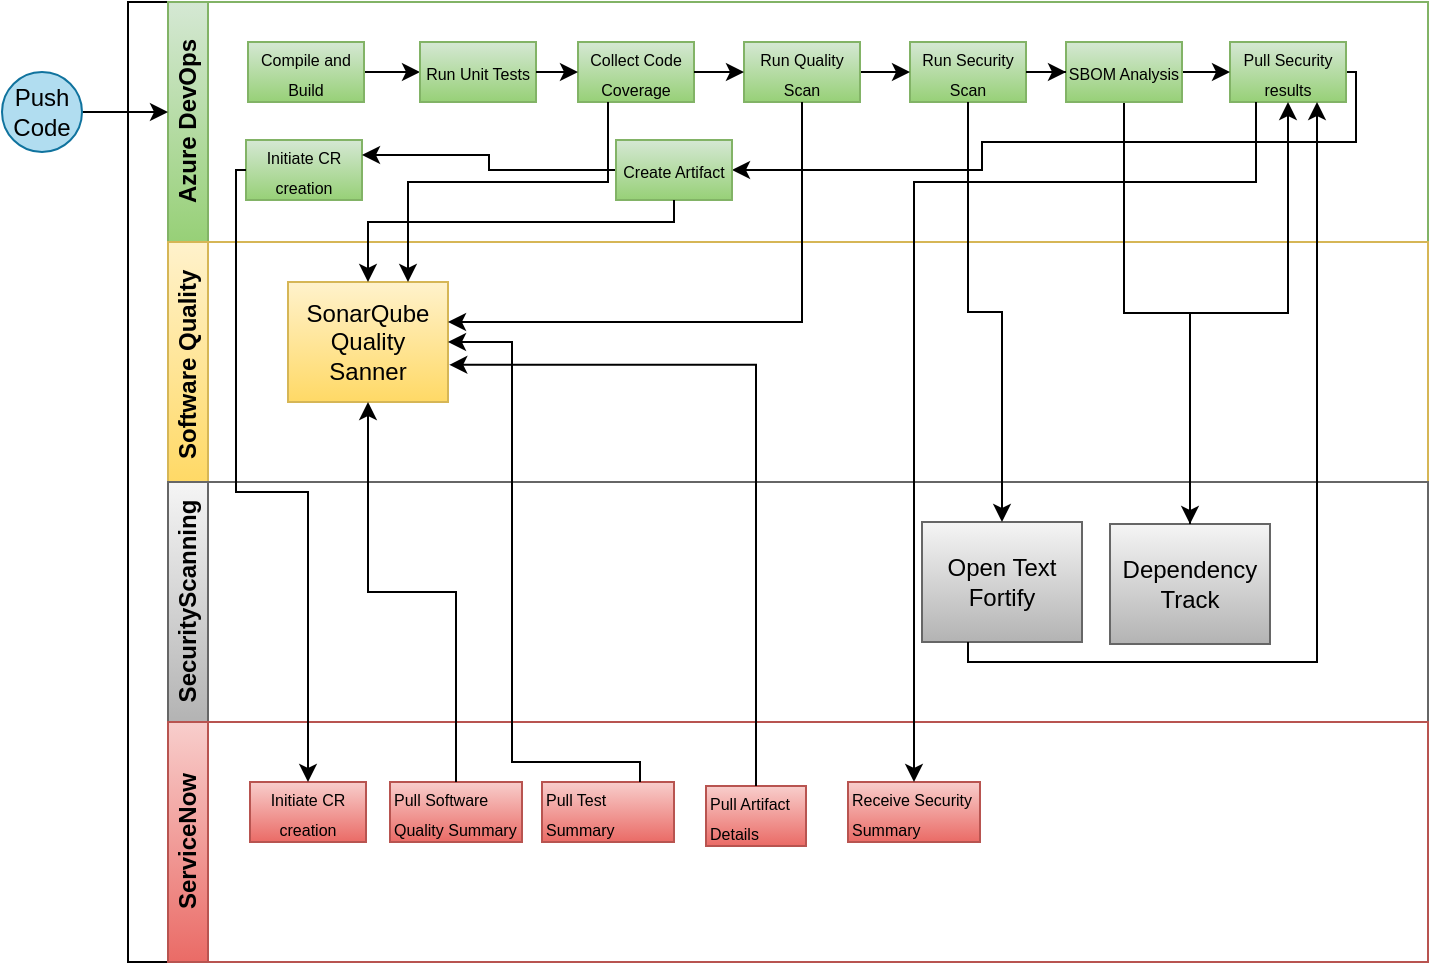
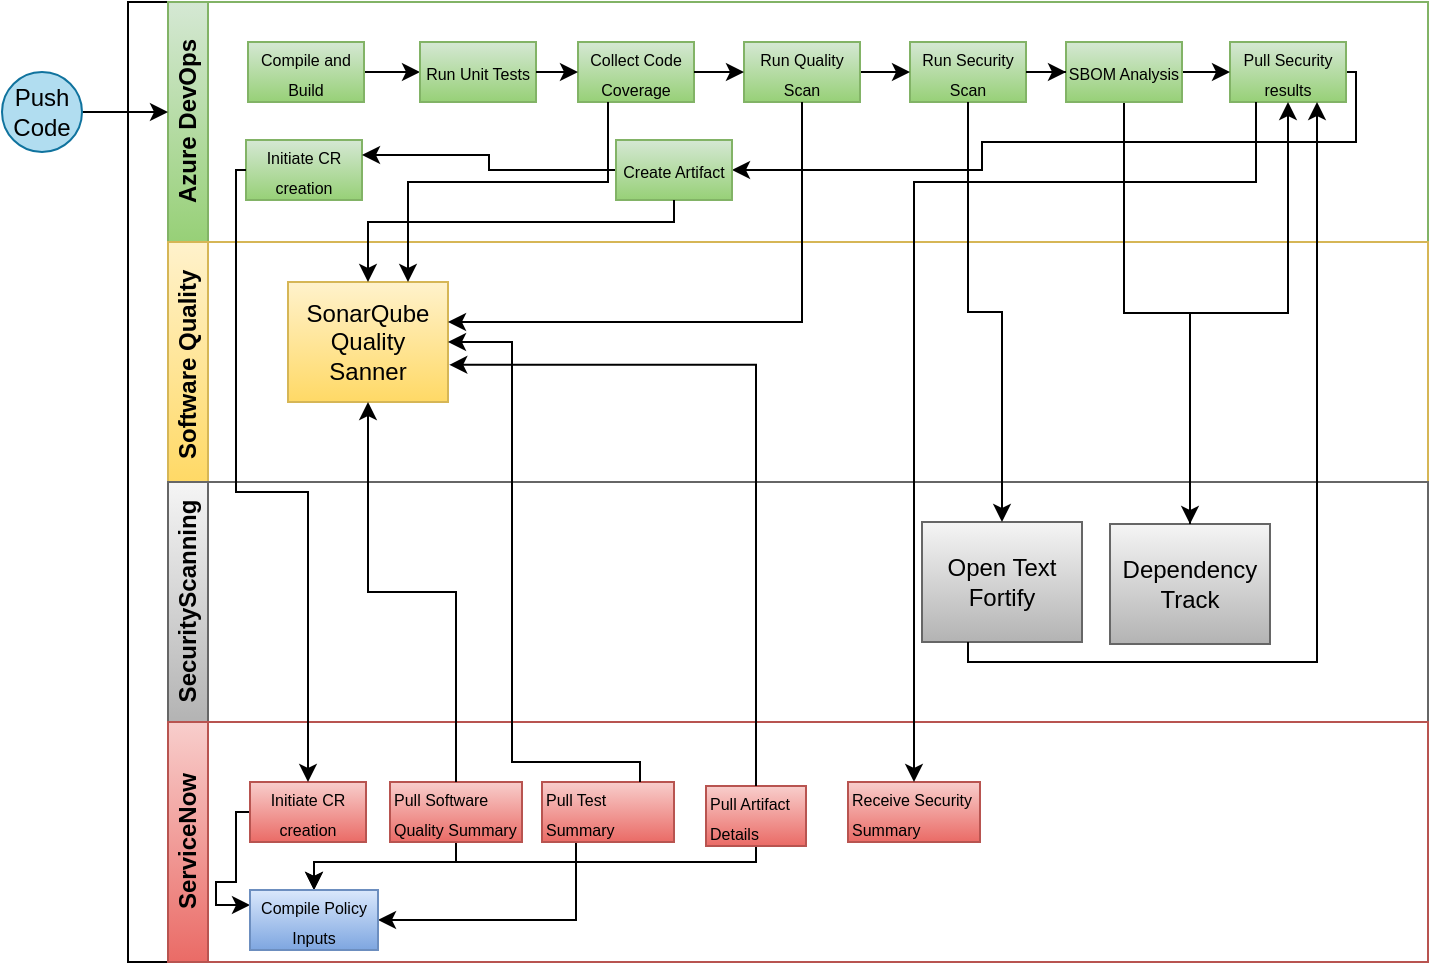
<mxfile host="app.diagrams.net">
  <diagram id="prtHgNgQTEPvFCAcTncT" name="Page-1">
    <mxGraphModel dx="1119" dy="426" grid="1" gridSize="10" guides="1" tooltips="1" connect="1" arrows="1" fold="1" page="1" pageScale="1" pageWidth="827" pageHeight="1169" math="0" shadow="0">
      <root>
        <mxCell id="0" />
        <mxCell id="1" parent="0" />
        <mxCell id="dNxyNK7c78bLwvsdeMH5-19" parent="1" style="swimlane;html=1;childLayout=stackLayout;resizeParent=1;resizeParentMax=0;horizontal=0;startSize=20;horizontalStack=0;overflow=fill;" value="" vertex="1">
          <mxGeometry height="480" width="650" x="66" y="120" as="geometry">
            <mxRectangle height="50" width="40" x="120" y="120" as="alternateBounds" />
          </mxGeometry>
        </mxCell>
        <mxCell id="dNxyNK7c78bLwvsdeMH5-20" parent="dNxyNK7c78bLwvsdeMH5-19" style="swimlane;html=1;startSize=20;horizontal=0;fillColor=#d5e8d4;gradientColor=#97d077;strokeColor=#82b366;" value="Azure DevOps" vertex="1">
          <mxGeometry height="120" width="630" x="20" as="geometry" />
        </mxCell>
        <mxCell id="WelD7rZPP2jmH1qSRasH-19" edge="1" parent="dNxyNK7c78bLwvsdeMH5-20" source="dNxyNK7c78bLwvsdeMH5-23" style="edgeStyle=orthogonalEdgeStyle;rounded=0;orthogonalLoop=1;jettySize=auto;html=1;entryX=0;entryY=0.25;entryDx=0;entryDy=0;">
          <mxGeometry relative="1" as="geometry">
            <mxPoint y="55" as="targetPoint" />
          </mxGeometry>
        </mxCell>
        <mxCell id="dNxyNK7c78bLwvsdeMH5-23" parent="dNxyNK7c78bLwvsdeMH5-20" style="ellipse;whiteSpace=wrap;html=1;fillColor=#b1ddf0;strokeColor=#10739e;" value="Push Code" vertex="1">
          <mxGeometry height="40" width="40" x="-83" y="35" as="geometry" />
        </mxCell>
        <mxCell id="WelD7rZPP2jmH1qSRasH-2" edge="1" parent="dNxyNK7c78bLwvsdeMH5-20" source="dNxyNK7c78bLwvsdeMH5-24" style="edgeStyle=orthogonalEdgeStyle;rounded=0;orthogonalLoop=1;jettySize=auto;html=1;" target="WelD7rZPP2jmH1qSRasH-1" value="">
          <mxGeometry relative="1" as="geometry" />
        </mxCell>
        <mxCell id="dNxyNK7c78bLwvsdeMH5-24" parent="dNxyNK7c78bLwvsdeMH5-20" style="rounded=0;whiteSpace=wrap;html=1;fontFamily=Helvetica;fontSize=12;align=center;fillColor=#d5e8d4;gradientColor=#97d077;strokeColor=#82b366;" value="&lt;font style=&quot;font-size: 8px;&quot;&gt;Compile and Build&lt;/font&gt;" vertex="1">
          <mxGeometry height="30" width="58" x="40" y="20" as="geometry" />
        </mxCell>
        <mxCell id="dNxyNK7c78bLwvsdeMH5-33" edge="1" parent="dNxyNK7c78bLwvsdeMH5-20" style="edgeStyle=orthogonalEdgeStyle;rounded=0;orthogonalLoop=1;jettySize=auto;html=1;endArrow=classic;endFill=1;" target="dNxyNK7c78bLwvsdeMH5-32" value="">
          <mxGeometry relative="1" as="geometry">
            <mxPoint x="461" y="60" as="sourcePoint" />
          </mxGeometry>
        </mxCell>
        <mxCell id="WelD7rZPP2jmH1qSRasH-1" parent="dNxyNK7c78bLwvsdeMH5-20" style="rounded=0;whiteSpace=wrap;html=1;fontFamily=Helvetica;fontSize=12;align=center;fillColor=#d5e8d4;gradientColor=#97d077;strokeColor=#82b366;" value="&lt;font style=&quot;font-size: 8px;&quot;&gt;Run Unit Tests&lt;/font&gt;" vertex="1">
          <mxGeometry height="30" width="58" x="126" y="20" as="geometry" />
        </mxCell>
        <mxCell id="WelD7rZPP2jmH1qSRasH-3" parent="dNxyNK7c78bLwvsdeMH5-20" style="rounded=0;whiteSpace=wrap;html=1;fontFamily=Helvetica;fontSize=12;align=center;fillColor=#d5e8d4;gradientColor=#97d077;strokeColor=#82b366;" value="&lt;font style=&quot;font-size: 8px;&quot;&gt;Run Security Scan&lt;/font&gt;" vertex="1">
          <mxGeometry height="30" width="58" x="371" y="20" as="geometry" />
        </mxCell>
        <mxCell id="WelD7rZPP2jmH1qSRasH-6" edge="1" parent="dNxyNK7c78bLwvsdeMH5-20" source="WelD7rZPP2jmH1qSRasH-4" style="edgeStyle=orthogonalEdgeStyle;rounded=0;orthogonalLoop=1;jettySize=auto;html=1;" target="WelD7rZPP2jmH1qSRasH-3" value="">
          <mxGeometry relative="1" as="geometry" />
        </mxCell>
        <mxCell id="WelD7rZPP2jmH1qSRasH-4" parent="dNxyNK7c78bLwvsdeMH5-20" style="rounded=0;whiteSpace=wrap;html=1;fontFamily=Helvetica;fontSize=12;align=center;fillColor=#d5e8d4;strokeColor=#82b366;gradientColor=#97d077;" value="&lt;font style=&quot;font-size: 8px;&quot;&gt;Run Quality Scan&lt;/font&gt;" vertex="1">
          <mxGeometry height="30" width="58" x="288" y="20" as="geometry" />
        </mxCell>
        <mxCell id="WelD7rZPP2jmH1qSRasH-10" parent="dNxyNK7c78bLwvsdeMH5-20" style="rounded=0;whiteSpace=wrap;html=1;fontFamily=Helvetica;fontSize=12;align=center;fillColor=#d5e8d4;strokeColor=#82b366;gradientColor=#97d077;" value="&lt;font style=&quot;font-size: 8px;&quot;&gt;Collect Code Coverage&lt;/font&gt;" vertex="1">
          <mxGeometry height="30" width="58" x="205" y="20" as="geometry" />
        </mxCell>
        <mxCell id="WelD7rZPP2jmH1qSRasH-12" edge="1" parent="dNxyNK7c78bLwvsdeMH5-20" source="WelD7rZPP2jmH1qSRasH-10" style="edgeStyle=orthogonalEdgeStyle;rounded=0;orthogonalLoop=1;jettySize=auto;html=1;" target="WelD7rZPP2jmH1qSRasH-4" value="">
          <mxGeometry relative="1" as="geometry" />
        </mxCell>
        <mxCell id="WelD7rZPP2jmH1qSRasH-13" edge="1" parent="dNxyNK7c78bLwvsdeMH5-20" source="WelD7rZPP2jmH1qSRasH-1" style="edgeStyle=orthogonalEdgeStyle;rounded=0;orthogonalLoop=1;jettySize=auto;html=1;" target="WelD7rZPP2jmH1qSRasH-10" value="">
          <mxGeometry relative="1" as="geometry" />
        </mxCell>
        <mxCell id="WelD7rZPP2jmH1qSRasH-62" edge="1" parent="dNxyNK7c78bLwvsdeMH5-20" source="WelD7rZPP2jmH1qSRasH-30" style="edgeStyle=orthogonalEdgeStyle;rounded=0;orthogonalLoop=1;jettySize=auto;html=1;entryX=1;entryY=0.5;entryDx=0;entryDy=0;" target="WelD7rZPP2jmH1qSRasH-61">
          <mxGeometry relative="1" as="geometry">
            <Array as="points">
              <mxPoint x="594" y="35" />
              <mxPoint x="594" y="70" />
              <mxPoint x="407" y="70" />
              <mxPoint x="407" y="84" />
            </Array>
          </mxGeometry>
        </mxCell>
        <mxCell id="WelD7rZPP2jmH1qSRasH-30" parent="dNxyNK7c78bLwvsdeMH5-20" style="rounded=0;whiteSpace=wrap;html=1;fontFamily=Helvetica;fontSize=12;align=center;fillColor=#d5e8d4;gradientColor=#97d077;strokeColor=#82b366;" value="&lt;font style=&quot;font-size: 8px;&quot;&gt;Pull Security results&lt;/font&gt;" vertex="1">
          <mxGeometry height="30" width="58" x="531" y="20" as="geometry" />
        </mxCell>
        <mxCell id="WelD7rZPP2jmH1qSRasH-47" parent="dNxyNK7c78bLwvsdeMH5-20" style="rounded=0;whiteSpace=wrap;html=1;fontFamily=Helvetica;fontSize=12;align=center;fillColor=#d5e8d4;gradientColor=#97d077;strokeColor=#82b366;" value="&lt;font style=&quot;font-size: 8px;&quot;&gt;Initiate CR creation&lt;/font&gt;" vertex="1">
          <mxGeometry height="30" width="58" x="39" y="69" as="geometry" />
        </mxCell>
        <mxCell id="WelD7rZPP2jmH1qSRasH-63" edge="1" parent="dNxyNK7c78bLwvsdeMH5-20" source="WelD7rZPP2jmH1qSRasH-61" style="edgeStyle=orthogonalEdgeStyle;rounded=0;orthogonalLoop=1;jettySize=auto;html=1;entryX=1;entryY=0.25;entryDx=0;entryDy=0;" target="WelD7rZPP2jmH1qSRasH-47" value="">
          <mxGeometry relative="1" as="geometry">
            <mxPoint x="104" y="80" as="targetPoint" />
          </mxGeometry>
        </mxCell>
        <mxCell id="WelD7rZPP2jmH1qSRasH-61" parent="dNxyNK7c78bLwvsdeMH5-20" style="rounded=0;whiteSpace=wrap;html=1;fontFamily=Helvetica;fontSize=12;align=center;fillColor=#d5e8d4;gradientColor=#97d077;strokeColor=#82b366;" value="&lt;font style=&quot;font-size: 8px;&quot;&gt;Create Artifact&lt;/font&gt;" vertex="1">
          <mxGeometry height="30" width="58" x="224" y="69" as="geometry" />
        </mxCell>
        <mxCell id="dNxyNK7c78bLwvsdeMH5-21" parent="dNxyNK7c78bLwvsdeMH5-19" style="swimlane;html=1;startSize=20;horizontal=0;fillColor=#fff2cc;gradientColor=#ffd966;strokeColor=#d6b656;" value="Software Quality&amp;nbsp;" vertex="1">
          <mxGeometry height="120" width="630" x="20" y="120" as="geometry">
            <mxRectangle height="30" width="550" x="20" y="120" as="alternateBounds" />
          </mxGeometry>
        </mxCell>
        <mxCell id="dNxyNK7c78bLwvsdeMH5-26" parent="dNxyNK7c78bLwvsdeMH5-21" style="rounded=0;whiteSpace=wrap;html=1;fontFamily=Helvetica;fontSize=12;align=center;fillColor=#fff2cc;gradientColor=#ffd966;strokeColor=#d6b656;" value="SonarQube Quality Sanner" vertex="1">
          <mxGeometry height="60" width="80" x="60" y="20" as="geometry" />
        </mxCell>
        <mxCell id="dNxyNK7c78bLwvsdeMH5-22" parent="dNxyNK7c78bLwvsdeMH5-19" style="swimlane;html=1;startSize=20;horizontal=0;fillColor=#f5f5f5;gradientColor=#b3b3b3;strokeColor=#666666;" value="SecurityScanning" vertex="1">
          <mxGeometry height="120" width="630" x="20" y="240" as="geometry" />
        </mxCell>
        <mxCell id="dNxyNK7c78bLwvsdeMH5-34" parent="dNxyNK7c78bLwvsdeMH5-22" style="rounded=0;whiteSpace=wrap;html=1;fontFamily=Helvetica;fontSize=12;align=center;fillColor=#f5f5f5;gradientColor=#b3b3b3;strokeColor=#666666;" value="Open Text Fortify" vertex="1">
          <mxGeometry height="60" width="80" x="377" y="20" as="geometry" />
        </mxCell>
        <mxCell id="WelD7rZPP2jmH1qSRasH-37" parent="dNxyNK7c78bLwvsdeMH5-22" style="rounded=0;whiteSpace=wrap;html=1;fontFamily=Helvetica;fontSize=12;align=center;fillColor=#f5f5f5;gradientColor=#b3b3b3;strokeColor=#666666;" value="Dependency Track" vertex="1">
          <mxGeometry height="60" width="80" x="471" y="21" as="geometry" />
        </mxCell>
        <mxCell id="WelD7rZPP2jmH1qSRasH-43" parent="dNxyNK7c78bLwvsdeMH5-19" style="swimlane;html=1;startSize=20;horizontal=0;fillColor=#f8cecc;gradientColor=#ea6b66;strokeColor=#b85450;" value="ServiceNow" vertex="1">
          <mxGeometry height="120" width="630" x="20" y="360" as="geometry" />
        </mxCell>
+         <mxCell id="WelD7rZPP2jmH1qSRasH-72" edge="1" parent="WelD7rZPP2jmH1qSRasH-43" source="WelD7rZPP2jmH1qSRasH-51" style="edgeStyle=orthogonalEdgeStyle;rounded=0;orthogonalLoop=1;jettySize=auto;html=1;entryX=0;entryY=0.25;entryDx=0;entryDy=0;" target="WelD7rZPP2jmH1qSRasH-70">
+           <mxGeometry relative="1" as="geometry">
+             <Array as="points">
+               <mxPoint x="34" y="45" />
+               <mxPoint x="34" y="80" />
+               <mxPoint x="24" y="80" />
+               <mxPoint x="24" y="92" />
+             </Array>
+           </mxGeometry>
+         </mxCell>
        <mxCell id="WelD7rZPP2jmH1qSRasH-51" parent="WelD7rZPP2jmH1qSRasH-43" style="rounded=0;whiteSpace=wrap;html=1;fontFamily=Helvetica;fontSize=12;align=center;fillColor=#f8cecc;gradientColor=#ea6b66;strokeColor=#b85450;" value="&lt;font style=&quot;font-size: 8px;&quot;&gt;Initiate CR creation&lt;/font&gt;" vertex="1">
          <mxGeometry height="30" width="58" x="41" y="30" as="geometry" />
        </mxCell>
+         <mxCell id="WelD7rZPP2jmH1qSRasH-73" edge="1" parent="WelD7rZPP2jmH1qSRasH-43" source="WelD7rZPP2jmH1qSRasH-54" style="edgeStyle=orthogonalEdgeStyle;rounded=0;orthogonalLoop=1;jettySize=auto;html=1;entryX=0.5;entryY=0;entryDx=0;entryDy=0;" target="WelD7rZPP2jmH1qSRasH-70">
+           <mxGeometry relative="1" as="geometry">
+             <Array as="points">
+               <mxPoint x="144" y="70" />
+               <mxPoint x="73" y="70" />
+             </Array>
+           </mxGeometry>
+         </mxCell>
        <mxCell id="WelD7rZPP2jmH1qSRasH-54" parent="WelD7rZPP2jmH1qSRasH-43" style="rounded=0;whiteSpace=wrap;html=1;fontFamily=Helvetica;fontSize=12;align=left;fillColor=#f8cecc;gradientColor=#ea6b66;strokeColor=#b85450;" value="&lt;font style=&quot;font-size: 8px;&quot;&gt;Pull Software Quality Summary&lt;/font&gt;" vertex="1">
          <mxGeometry height="30" width="66" x="111" y="30" as="geometry" />
        </mxCell>
        <mxCell id="WelD7rZPP2jmH1qSRasH-56" parent="WelD7rZPP2jmH1qSRasH-43" style="rounded=0;whiteSpace=wrap;html=1;fontFamily=Helvetica;fontSize=12;align=left;fillColor=#f8cecc;gradientColor=#ea6b66;strokeColor=#b85450;" value="&lt;font style=&quot;font-size: 8px;&quot;&gt;Receive Security Summary&lt;/font&gt;" vertex="1">
          <mxGeometry height="30" width="66" x="340" y="30" as="geometry" />
        </mxCell>
+         <mxCell id="WelD7rZPP2jmH1qSRasH-74" edge="1" parent="WelD7rZPP2jmH1qSRasH-43" source="WelD7rZPP2jmH1qSRasH-57" style="edgeStyle=orthogonalEdgeStyle;rounded=0;orthogonalLoop=1;jettySize=auto;html=1;entryX=1;entryY=0.5;entryDx=0;entryDy=0;" target="WelD7rZPP2jmH1qSRasH-70">
+           <mxGeometry relative="1" as="geometry">
+             <Array as="points">
+               <mxPoint x="204" y="99" />
+             </Array>
+           </mxGeometry>
+         </mxCell>
        <mxCell id="WelD7rZPP2jmH1qSRasH-57" parent="WelD7rZPP2jmH1qSRasH-43" style="rounded=0;whiteSpace=wrap;html=1;fontFamily=Helvetica;fontSize=12;align=left;fillColor=#f8cecc;gradientColor=#ea6b66;strokeColor=#b85450;" value="&lt;font style=&quot;font-size: 8px;&quot;&gt;Pull Test Summary&lt;/font&gt;" vertex="1">
          <mxGeometry height="30" width="66" x="187" y="30" as="geometry" />
        </mxCell>
+         <mxCell id="WelD7rZPP2jmH1qSRasH-75" edge="1" parent="WelD7rZPP2jmH1qSRasH-43" source="WelD7rZPP2jmH1qSRasH-66" style="edgeStyle=orthogonalEdgeStyle;rounded=0;orthogonalLoop=1;jettySize=auto;html=1;" target="WelD7rZPP2jmH1qSRasH-70">
+           <mxGeometry relative="1" as="geometry">
+             <Array as="points">
+               <mxPoint x="294" y="70" />
+               <mxPoint x="73" y="70" />
+             </Array>
+           </mxGeometry>
+         </mxCell>
        <mxCell id="WelD7rZPP2jmH1qSRasH-66" parent="WelD7rZPP2jmH1qSRasH-43" style="rounded=0;whiteSpace=wrap;html=1;fontFamily=Helvetica;fontSize=12;align=left;fillColor=#f8cecc;gradientColor=#ea6b66;strokeColor=#b85450;" value="&lt;font style=&quot;font-size: 8px;&quot;&gt;Pull Artifact Details&lt;/font&gt;" vertex="1">
          <mxGeometry height="30" width="50" x="269" y="32" as="geometry" />
+         </mxCell>
+         <mxCell id="WelD7rZPP2jmH1qSRasH-70" parent="WelD7rZPP2jmH1qSRasH-43" style="rounded=0;whiteSpace=wrap;html=1;fontFamily=Helvetica;fontSize=12;align=center;fillColor=#dae8fc;gradientColor=#7ea6e0;strokeColor=#6c8ebf;" value="&lt;font style=&quot;font-size: 8px;&quot;&gt;Compile Policy Inputs&lt;/font&gt;" vertex="1">
+           <mxGeometry height="30" width="64" x="41" y="84" as="geometry" />
        </mxCell>
        <mxCell id="WelD7rZPP2jmH1qSRasH-15" edge="1" parent="dNxyNK7c78bLwvsdeMH5-19" source="WelD7rZPP2jmH1qSRasH-10" style="edgeStyle=orthogonalEdgeStyle;rounded=0;orthogonalLoop=1;jettySize=auto;html=1;entryX=0.75;entryY=0;entryDx=0;entryDy=0;" target="dNxyNK7c78bLwvsdeMH5-26">
          <mxGeometry relative="1" as="geometry">
            <Array as="points">
              <mxPoint x="240" y="90" />
              <mxPoint x="140" y="90" />
            </Array>
          </mxGeometry>
        </mxCell>
        <mxCell id="WelD7rZPP2jmH1qSRasH-16" edge="1" parent="dNxyNK7c78bLwvsdeMH5-19" source="WelD7rZPP2jmH1qSRasH-4" style="edgeStyle=orthogonalEdgeStyle;rounded=0;orthogonalLoop=1;jettySize=auto;html=1;entryX=1;entryY=0.333;entryDx=0;entryDy=0;entryPerimeter=0;" target="dNxyNK7c78bLwvsdeMH5-26">
          <mxGeometry relative="1" as="geometry">
            <Array as="points">
              <mxPoint x="337" y="160" />
            </Array>
          </mxGeometry>
        </mxCell>
        <mxCell id="WelD7rZPP2jmH1qSRasH-27" edge="1" parent="dNxyNK7c78bLwvsdeMH5-19" source="WelD7rZPP2jmH1qSRasH-3" style="edgeStyle=orthogonalEdgeStyle;rounded=0;orthogonalLoop=1;jettySize=auto;html=1;entryX=0.5;entryY=0;entryDx=0;entryDy=0;" target="dNxyNK7c78bLwvsdeMH5-34">
          <mxGeometry relative="1" as="geometry" />
        </mxCell>
        <mxCell id="WelD7rZPP2jmH1qSRasH-45" edge="1" parent="dNxyNK7c78bLwvsdeMH5-19" source="WelD7rZPP2jmH1qSRasH-37" style="edgeStyle=orthogonalEdgeStyle;rounded=0;orthogonalLoop=1;jettySize=auto;html=1;entryX=0.5;entryY=1;entryDx=0;entryDy=0;" target="WelD7rZPP2jmH1qSRasH-30">
          <mxGeometry relative="1" as="geometry" />
        </mxCell>
        <mxCell id="WelD7rZPP2jmH1qSRasH-46" edge="1" parent="dNxyNK7c78bLwvsdeMH5-19" source="dNxyNK7c78bLwvsdeMH5-34" style="edgeStyle=orthogonalEdgeStyle;rounded=0;orthogonalLoop=1;jettySize=auto;html=1;entryX=0.75;entryY=1;entryDx=0;entryDy=0;" target="WelD7rZPP2jmH1qSRasH-30">
          <mxGeometry relative="1" as="geometry">
            <Array as="points">
              <mxPoint x="420" y="330" />
              <mxPoint x="595" y="330" />
            </Array>
          </mxGeometry>
        </mxCell>
        <mxCell id="WelD7rZPP2jmH1qSRasH-53" edge="1" parent="dNxyNK7c78bLwvsdeMH5-19" source="WelD7rZPP2jmH1qSRasH-47" style="edgeStyle=orthogonalEdgeStyle;rounded=0;orthogonalLoop=1;jettySize=auto;html=1;entryX=0.5;entryY=0;entryDx=0;entryDy=0;" target="WelD7rZPP2jmH1qSRasH-51">
          <mxGeometry relative="1" as="geometry">
            <Array as="points">
              <mxPoint x="54" y="84" />
              <mxPoint x="54" y="245" />
              <mxPoint x="90" y="245" />
            </Array>
          </mxGeometry>
        </mxCell>
        <mxCell id="WelD7rZPP2jmH1qSRasH-55" edge="1" parent="dNxyNK7c78bLwvsdeMH5-19" source="WelD7rZPP2jmH1qSRasH-54" style="edgeStyle=orthogonalEdgeStyle;rounded=0;orthogonalLoop=1;jettySize=auto;html=1;entryX=0.5;entryY=1;entryDx=0;entryDy=0;" target="dNxyNK7c78bLwvsdeMH5-26">
          <mxGeometry relative="1" as="geometry" />
        </mxCell>
        <mxCell id="WelD7rZPP2jmH1qSRasH-59" edge="1" parent="dNxyNK7c78bLwvsdeMH5-19" source="WelD7rZPP2jmH1qSRasH-57" style="edgeStyle=orthogonalEdgeStyle;rounded=0;orthogonalLoop=1;jettySize=auto;html=1;entryX=1;entryY=0.5;entryDx=0;entryDy=0;" target="dNxyNK7c78bLwvsdeMH5-26">
          <mxGeometry relative="1" as="geometry">
            <Array as="points">
              <mxPoint x="256" y="380" />
              <mxPoint x="192" y="380" />
              <mxPoint x="192" y="170" />
            </Array>
          </mxGeometry>
        </mxCell>
        <mxCell id="WelD7rZPP2jmH1qSRasH-60" edge="1" parent="dNxyNK7c78bLwvsdeMH5-19" style="edgeStyle=orthogonalEdgeStyle;rounded=0;orthogonalLoop=1;jettySize=auto;html=1;" target="WelD7rZPP2jmH1qSRasH-56">
          <mxGeometry relative="1" as="geometry">
            <Array as="points">
              <mxPoint x="564" y="50" />
              <mxPoint x="564" y="90" />
              <mxPoint x="393" y="90" />
            </Array>
            <mxPoint x="564" y="50" as="sourcePoint" />
          </mxGeometry>
        </mxCell>
        <mxCell id="WelD7rZPP2jmH1qSRasH-67" edge="1" parent="dNxyNK7c78bLwvsdeMH5-19" source="WelD7rZPP2jmH1qSRasH-61" style="edgeStyle=orthogonalEdgeStyle;rounded=0;orthogonalLoop=1;jettySize=auto;html=1;entryX=0.5;entryY=0;entryDx=0;entryDy=0;" target="dNxyNK7c78bLwvsdeMH5-26">
          <mxGeometry relative="1" as="geometry">
            <Array as="points">
              <mxPoint x="273" y="110" />
              <mxPoint x="120" y="110" />
            </Array>
          </mxGeometry>
        </mxCell>
        <mxCell id="WelD7rZPP2jmH1qSRasH-69" edge="1" parent="dNxyNK7c78bLwvsdeMH5-19" source="WelD7rZPP2jmH1qSRasH-66" style="edgeStyle=orthogonalEdgeStyle;rounded=0;orthogonalLoop=1;jettySize=auto;html=1;entryX=1.008;entryY=0.69;entryDx=0;entryDy=0;entryPerimeter=0;" target="dNxyNK7c78bLwvsdeMH5-26">
          <mxGeometry relative="1" as="geometry">
            <Array as="points">
              <mxPoint x="314" y="181" />
            </Array>
          </mxGeometry>
        </mxCell>
        <mxCell id="WelD7rZPP2jmH1qSRasH-39" edge="1" parent="1" source="WelD7rZPP2jmH1qSRasH-35" style="edgeStyle=orthogonalEdgeStyle;rounded=0;orthogonalLoop=1;jettySize=auto;html=1;entryX=0.5;entryY=0;entryDx=0;entryDy=0;" target="WelD7rZPP2jmH1qSRasH-37">
          <mxGeometry relative="1" as="geometry" />
        </mxCell>
        <mxCell id="WelD7rZPP2jmH1qSRasH-44" edge="1" parent="1" source="WelD7rZPP2jmH1qSRasH-35" style="edgeStyle=orthogonalEdgeStyle;rounded=0;orthogonalLoop=1;jettySize=auto;html=1;" target="WelD7rZPP2jmH1qSRasH-30" value="">
          <mxGeometry relative="1" as="geometry" />
        </mxCell>
        <mxCell id="WelD7rZPP2jmH1qSRasH-35" parent="1" style="rounded=0;whiteSpace=wrap;html=1;fontFamily=Helvetica;fontSize=12;align=center;fillColor=#d5e8d4;gradientColor=#97d077;strokeColor=#82b366;" value="&lt;font style=&quot;font-size: 8px;&quot;&gt;SBOM Analysis&lt;/font&gt;" vertex="1">
          <mxGeometry height="30" width="58" x="535" y="140" as="geometry" />
        </mxCell>
        <mxCell id="WelD7rZPP2jmH1qSRasH-36" edge="1" parent="1" source="WelD7rZPP2jmH1qSRasH-3" style="edgeStyle=orthogonalEdgeStyle;rounded=0;orthogonalLoop=1;jettySize=auto;html=1;" target="WelD7rZPP2jmH1qSRasH-35" value="">
          <mxGeometry relative="1" as="geometry" />
        </mxCell>
      </root>
    </mxGraphModel>
  </diagram>
</mxfile>
